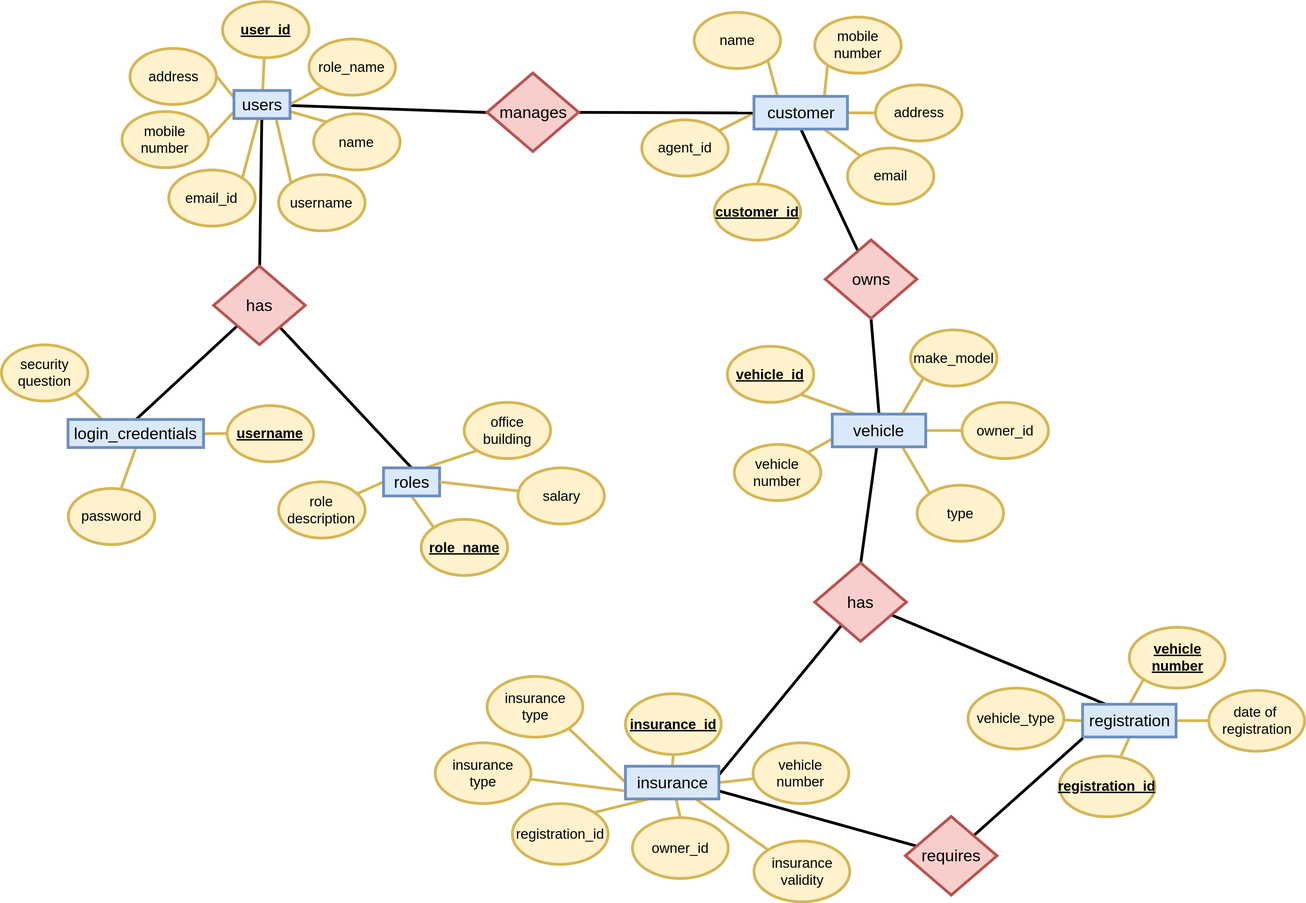
Above: Draw-Files/Normalised-Entity-Relationship.svg in Gituser143/DBMS-Project (draw.io), before the change. Source tidied: cells renumbered, new cells last; positions are measured from the earlier drawing's top-left corner, leaving out a move shared by most shapes.
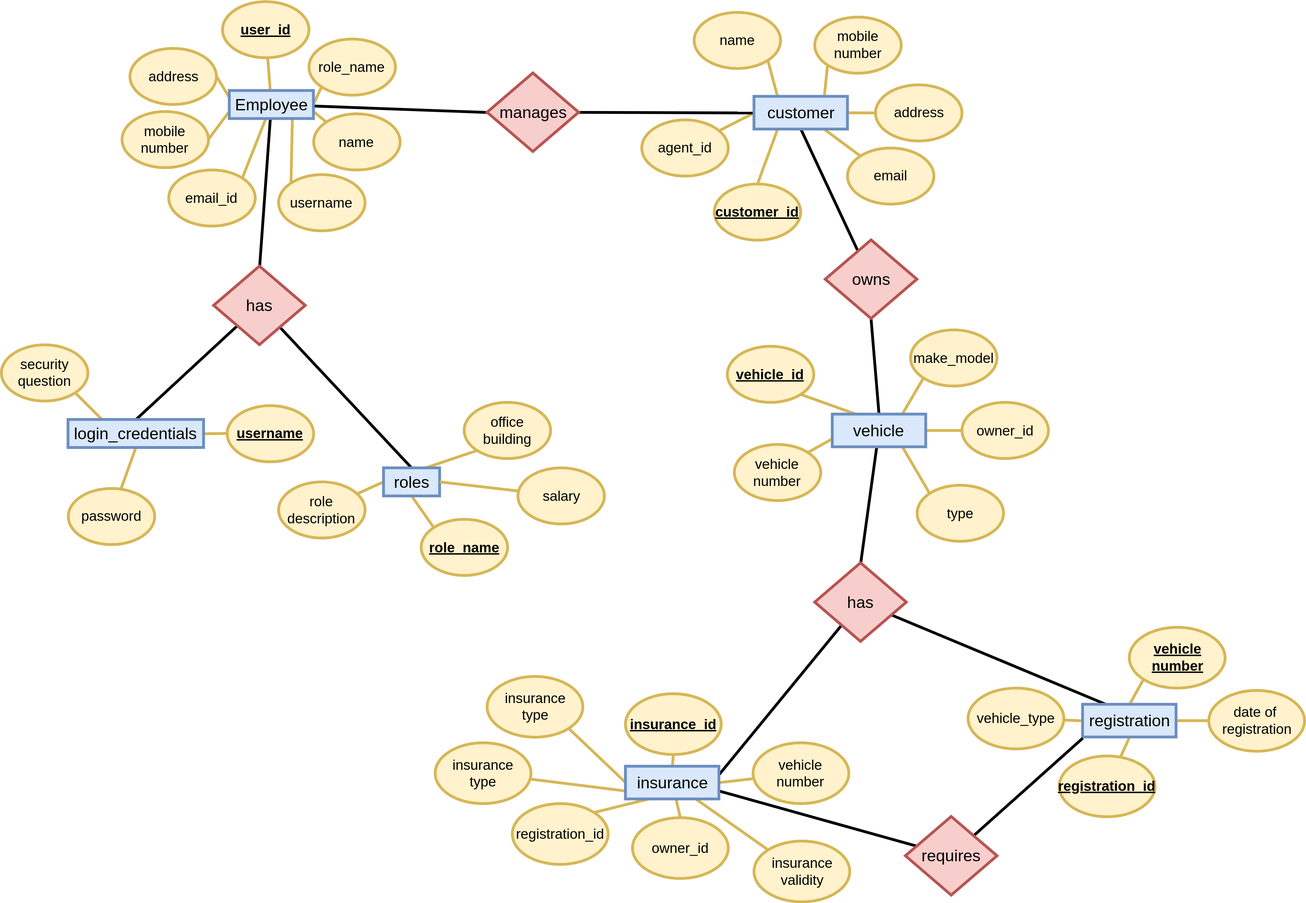
After the change.

Commit message:
Changed user to employee in ER

Change to the diagram source:
```diff
@@ -248,8 +248,8 @@
     <mxCell id="83" value="&lt;font style=&quot;font-size: 35px&quot;&gt;has&lt;/font&gt;" style="rhombus;whiteSpace=wrap;html=1;strokeWidth=6;fillColor=#f8cecc;strokeColor=#b85450;" parent="1" vertex="1">
       <mxGeometry x="454.5" y="565.5" width="196" height="168" as="geometry" />
     </mxCell>
-    <mxCell id="84" value="&lt;font style=&quot;font-size: 35px&quot;&gt;users&lt;/font&gt;" style="rounded=0;whiteSpace=wrap;html=1;fillColor=#dae8fc;strokeColor=#6c8ebf;strokeWidth=6;" parent="1" vertex="1">
-      <mxGeometry x="498" y="190" width="120" height="60" as="geometry" />
+    <mxCell id="84" value="&lt;font style=&quot;font-size: 35px&quot;&gt;Employee&lt;/font&gt;" style="rounded=0;whiteSpace=wrap;html=1;fillColor=#dae8fc;strokeColor=#6c8ebf;strokeWidth=6;" parent="1" vertex="1">
+      <mxGeometry x="488" y="190" width="180" height="60" as="geometry" />
     </mxCell>
     <mxCell id="85" value="&lt;font style=&quot;font-size: 35px&quot;&gt;login_credentials&lt;/font&gt;" style="rounded=0;whiteSpace=wrap;html=1;fillColor=#dae8fc;strokeColor=#6c8ebf;strokeWidth=6;" parent="1" vertex="1">
       <mxGeometry x="143" y="893.5" width="290" height="60" as="geometry" />
```
